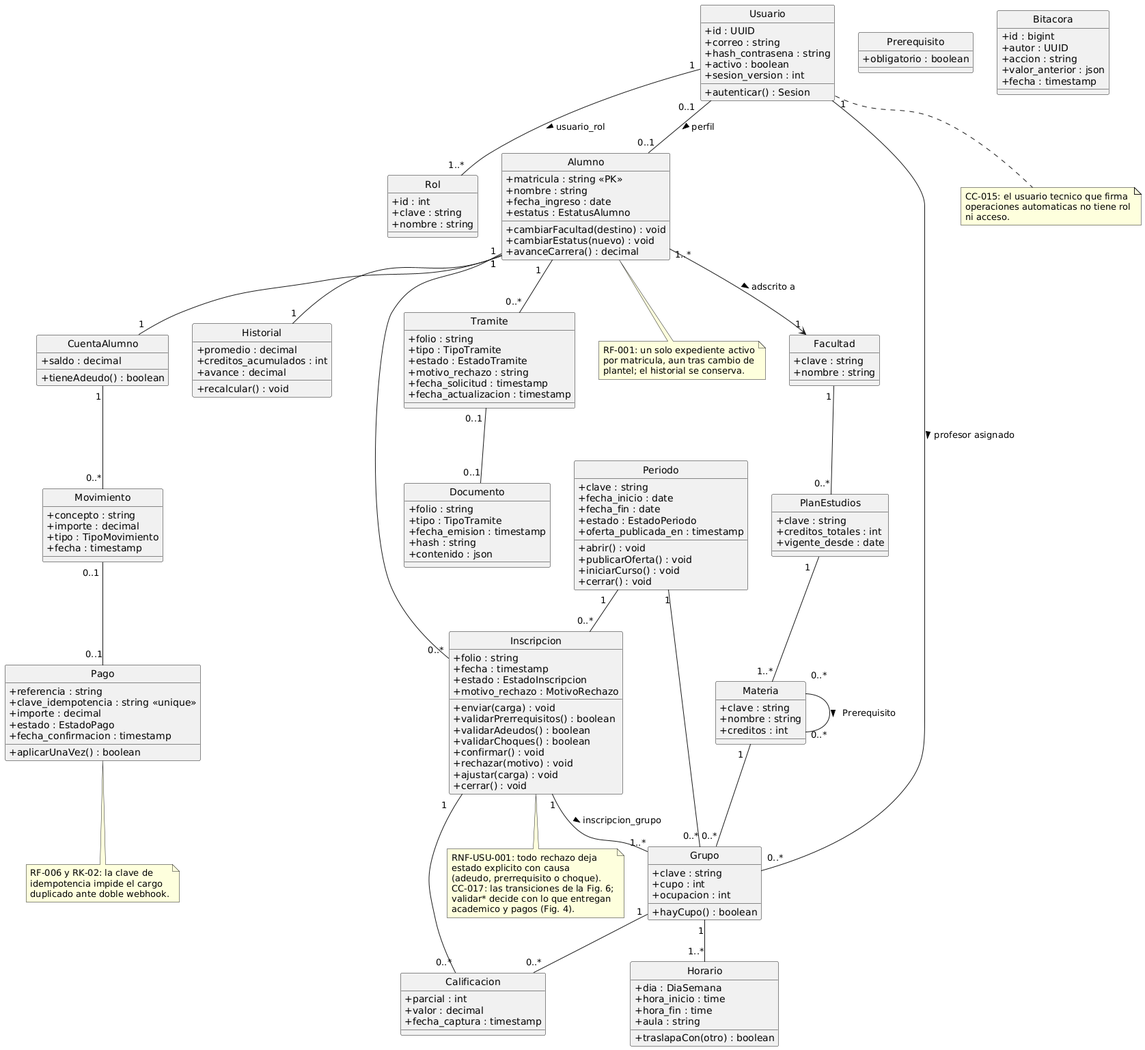
The PlantUML diagram docs/arquitectura/render/fig03-clases-dominio.png in fjmp-dev/sce-control-escolar, before a commit.
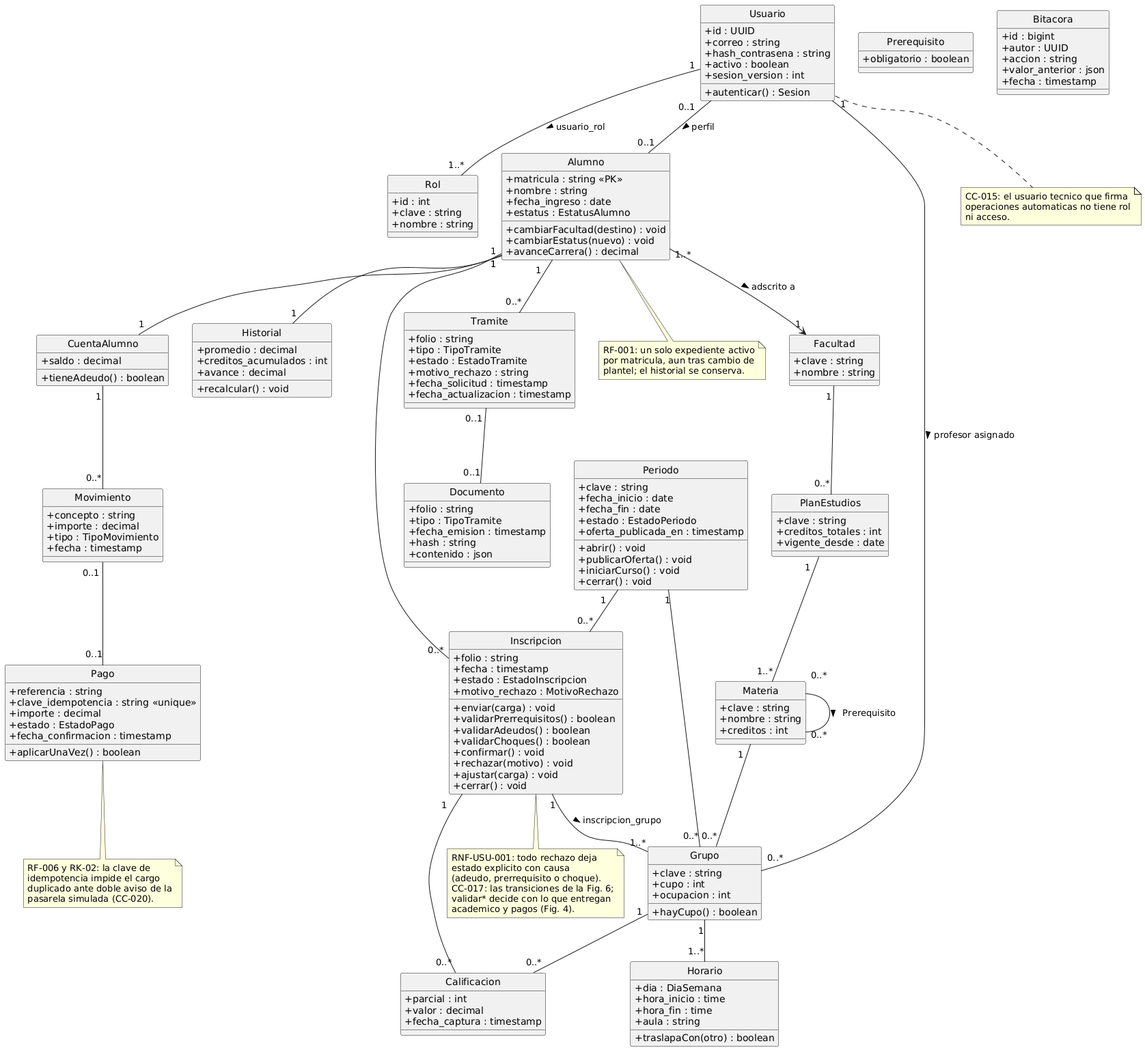
The same file after the commit.

What changed in the source:
```diff
@@ -187,7 +187,8 @@
 note bottom of Pago
   RF-006 y RK-02: la clave de
   idempotencia impide el cargo
-  duplicado ante doble webhook.
+  duplicado ante doble aviso de la
+  pasarela simulada (CC-020).
 end note
 
 note bottom of Inscripcion
```
